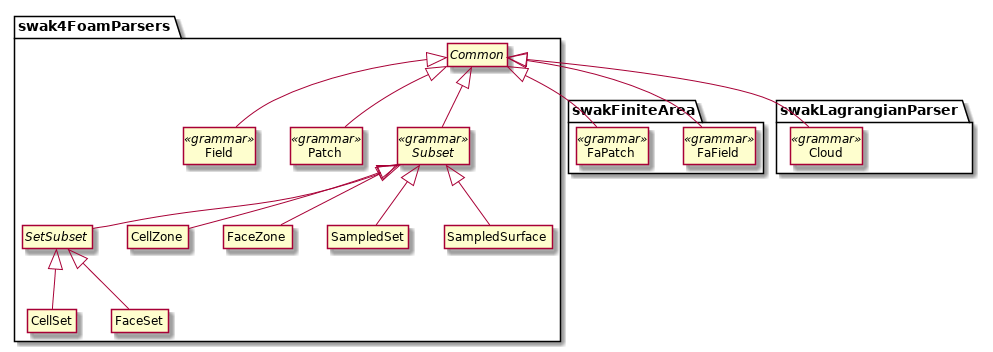
The PlantUML diagram Documentation/parserRelationships.png in Unofficial-Extend-Project-Mirror/openfoam-extend-swak4Foam-dev, before a commit.
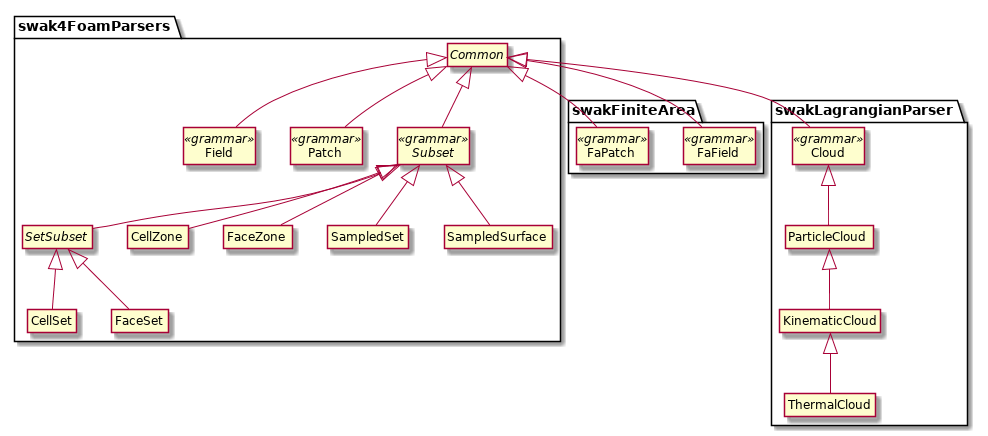
Later version of the same file.

Diff of the diagram source:
```diff
@@ -28,7 +28,9 @@
 
 package swakLagrangianParser {
 Common <|-- Cloud
-
+Cloud <|-- ParticleCloud
+ParticleCloud <|-- KinematicCloud
+KinematicCloud <|-- ThermalCloud
 class Cloud << grammar >>
 }
 
```
